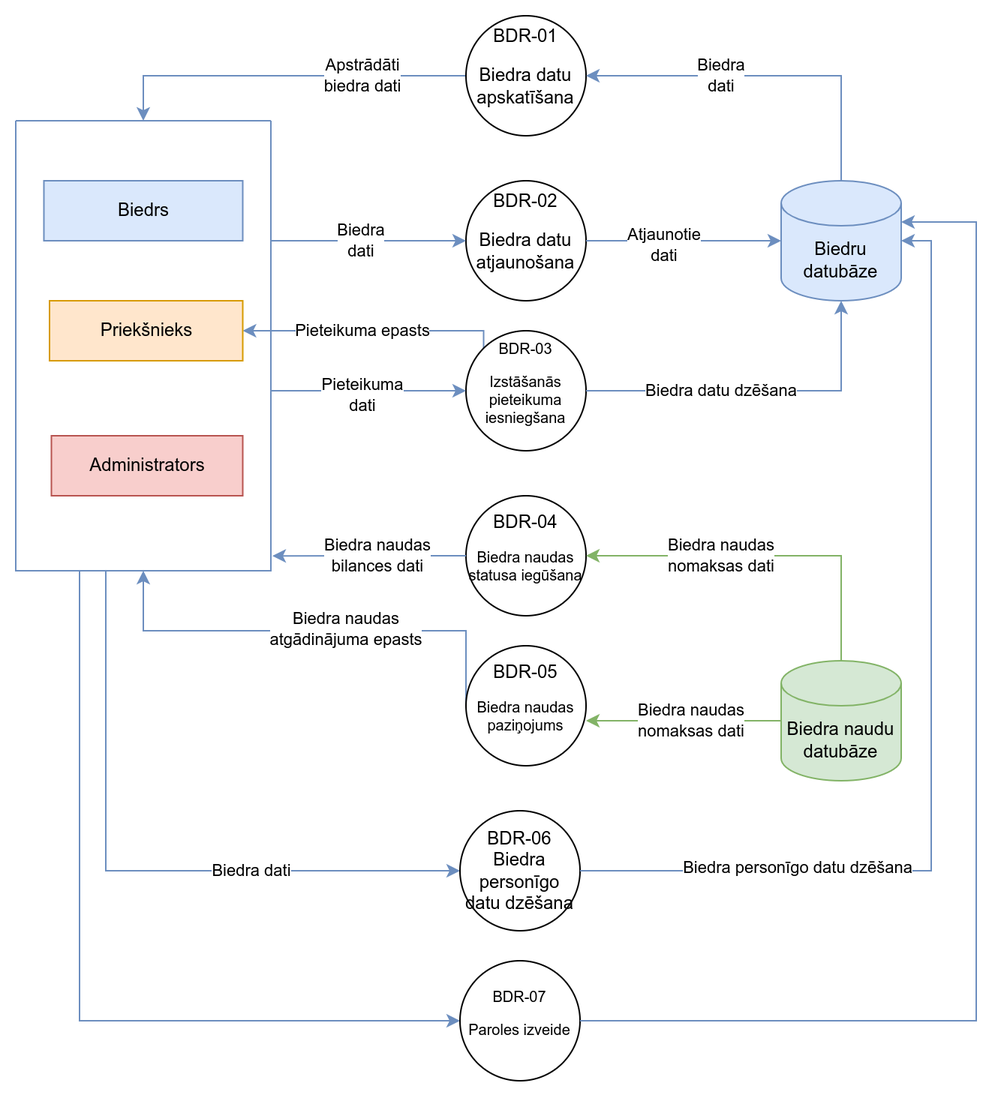
JekabsVanags/LSGCO_IS keeps this draw.io diagram as Documentation/2_limena_BDR_DPD.png. Above is the earlier version. Source tidied: cells renumbered, new cells last; positions are measured from the earlier drawing's top-left corner, leaving out a move shared by most shapes.
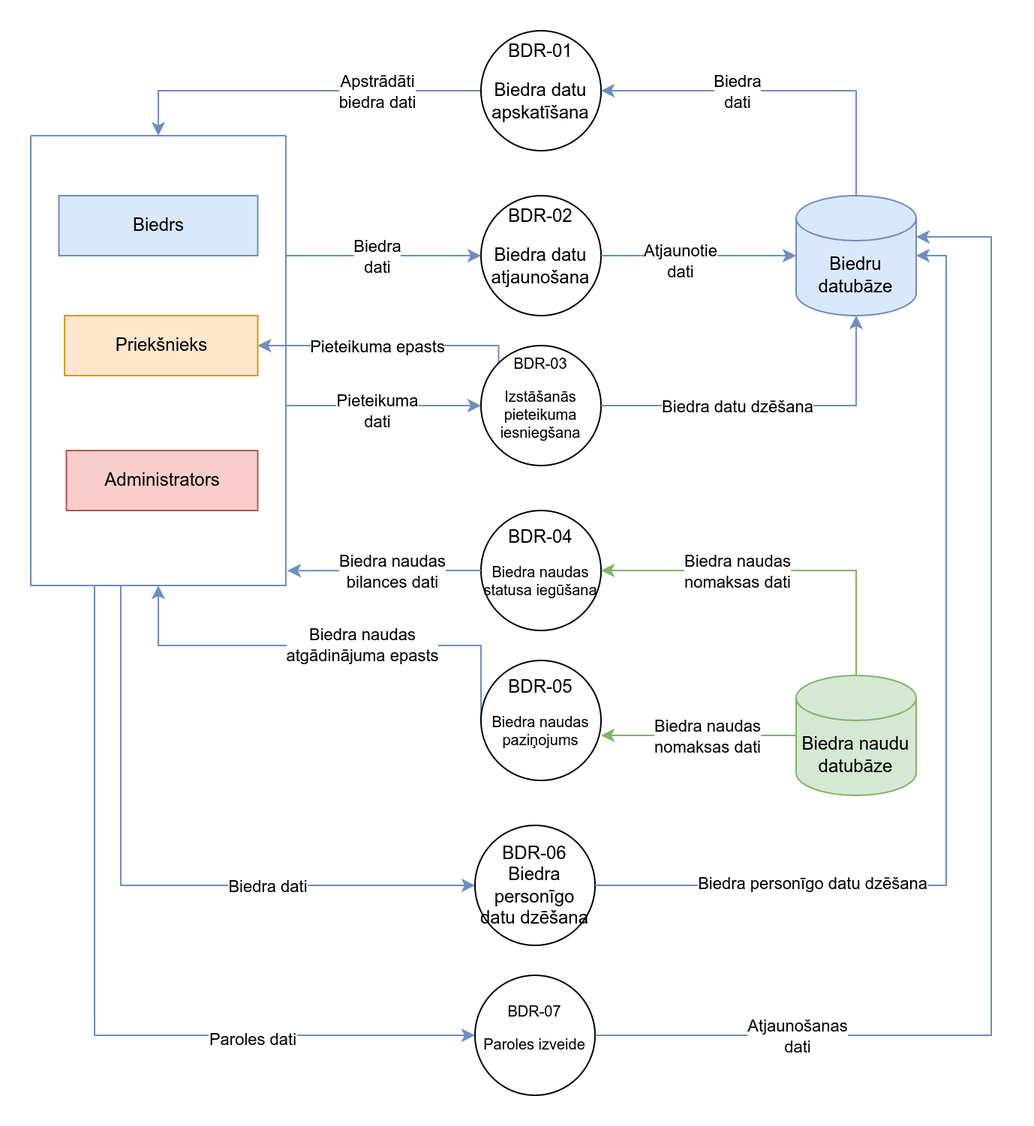
The same diagram one commit later.

What changed in the source:
```diff
@@ -77,6 +77,11 @@
     <mxCell id="17" style="edgeStyle=orthogonalEdgeStyle;rounded=0;jettySize=auto;html=1;exitX=0.25;exitY=1;exitDx=0;exitDy=0;entryX=0;entryY=0.5;entryDx=0;entryDy=0;fillColor=#dae8fc;strokeColor=#6c8ebf;" parent="1" edge="1" source="18" target="41">
       <mxGeometry relative="1" as="geometry" />
     </mxCell>
+    <mxCell id="43" value="Paroles dati" style="edgeLabel;html=1;align=center;verticalAlign=middle;" parent="17" vertex="1">
+      <mxGeometry x="0.46" y="-2" relative="1" as="geometry">
+        <mxPoint x="1" as="offset" />
+      </mxGeometry>
+    </mxCell>
     <mxCell id="18" style="swimlane;startSize=0;fillColor=#dae8fc;strokeColor=#6c8ebf;" parent="1" vertex="1">
       <mxGeometry y="70" width="170" height="300" as="geometry" />
     </mxCell>
@@ -174,5 +179,10 @@
         </Array>
       </mxGeometry>
     </mxCell>
+    <mxCell id="44" value="Atjaunošanas &lt;br&gt;dati" style="edgeLabel;html=1;align=center;verticalAlign=middle;" parent="42" vertex="1">
+      <mxGeometry x="-0.69" y="2" relative="1" as="geometry">
+        <mxPoint x="4" y="2" as="offset" />
+      </mxGeometry>
+    </mxCell>
   </root>
 </mxGraphModel>
```
